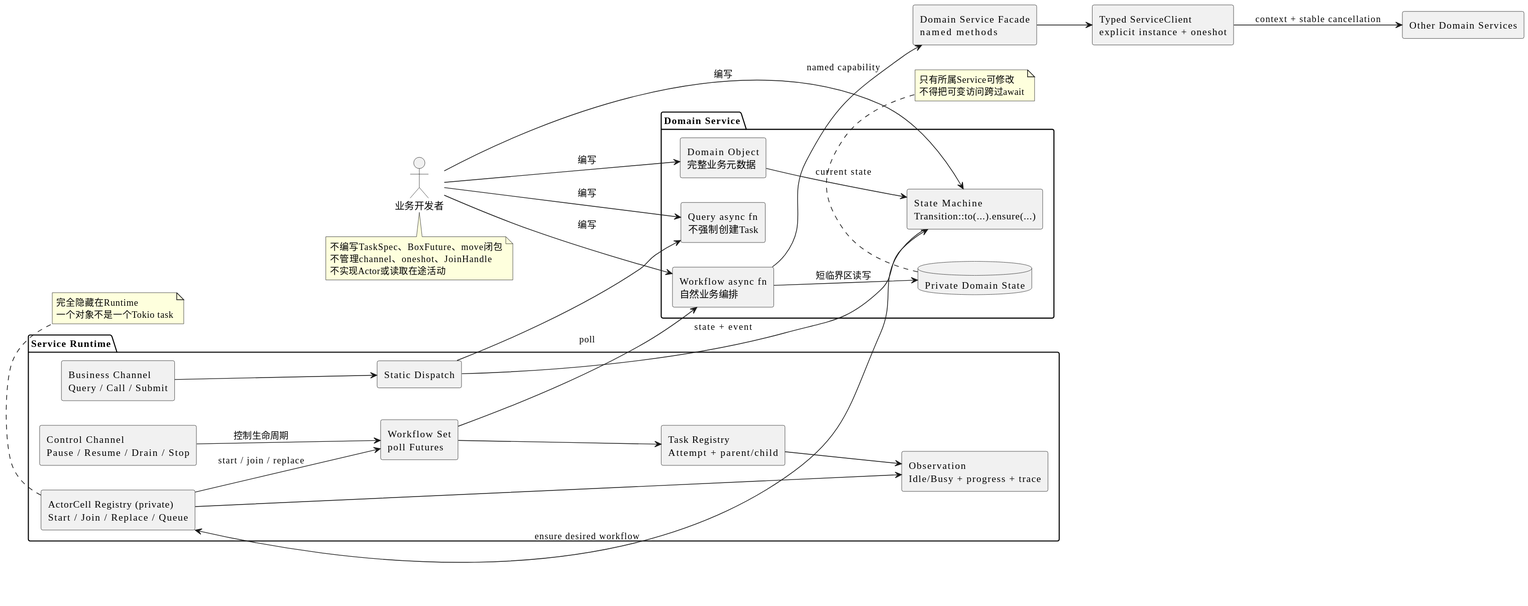
Earlier version of the PlantUML export pool-control-plane-baseline/assets/service-runtime-contract.svg (limushu/runtime).
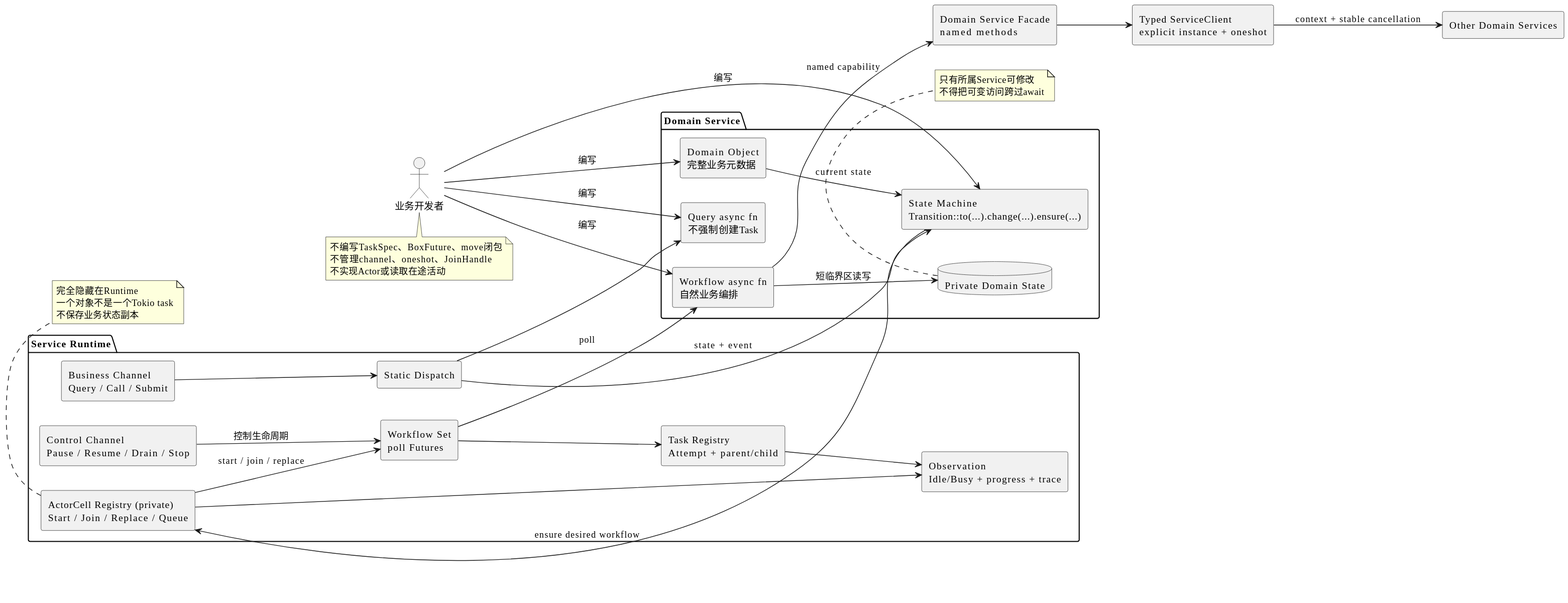
Above is the later version.

Change to the diagram source:
```diff
@@ -9,7 +9,7 @@
 
 package "Domain Service" {
   component "Domain Object\n完整业务元数据" as Object
-  component "State Machine\nTransition::to(...).ensure(...)" as Machine
+  component "State Machine\nTransition::to(...).change(...).ensure(...)" as Machine
   component "Query async fn\n不强制创建Task" as Query
   component "Workflow async fn\n自然业务编排" as Workflow
   database "Private Domain State" as State
@@ -63,5 +63,6 @@
 note bottom of ActorCell
 完全隐藏在Runtime
 一个对象不是一个Tokio task
+不保存业务状态副本
 end note
 @enduml
```
